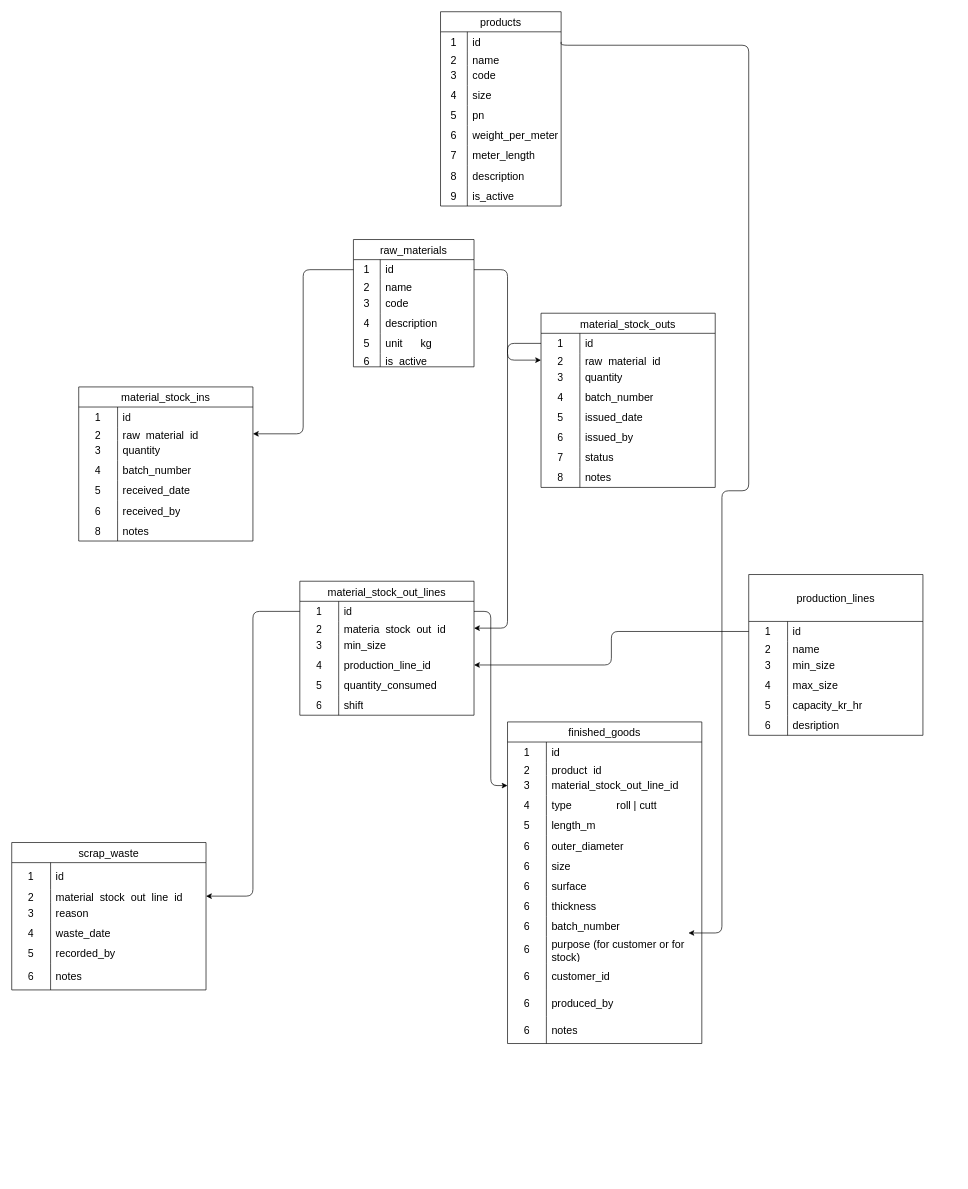
This is page "Page-2" (2 of 2) of workflow/workflow.drawio from ayazfazlani/shumburu, a draw.io file, before an edit. Source tidied: cells renumbered, new cells numbered last; positions are measured from the earlier drawing's top-left corner, leaving out a move shared by most shapes. Both pictures are drawn from the tidied source at 67%, with x=0, y=0 at pixel (11, 11).
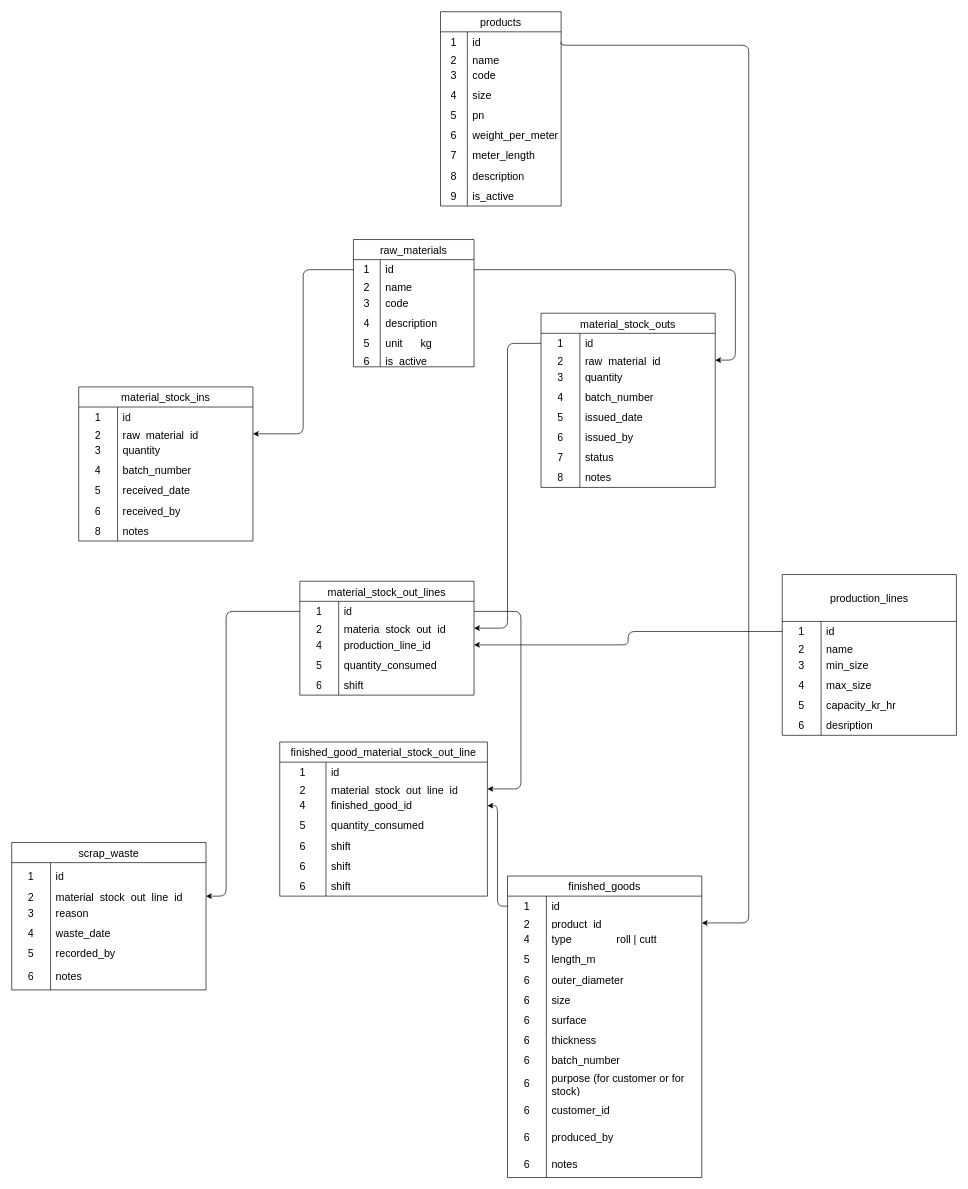
After the change.

Unchanged cells that the change refers to:
```xml
<mxCell id="3" style="shape=tableRow;horizontal=0;startSize=0;swimlaneHead=0;swimlaneBody=0;top=0;left=0;bottom=0;right=0;fillColor=none;points=[[0,0.5],[1,0.5]];portConstraint=eastwest;strokeColor=inherit;fontSize=16;" parent="2" vertex="1">
  <mxGeometry y="30" width="180" height="30" as="geometry" />
</mxCell>
<mxCell id="22" style="shape=tableRow;horizontal=0;startSize=0;swimlaneHead=0;swimlaneBody=0;top=0;left=0;bottom=0;right=0;fillColor=none;points=[[0,0.5],[1,0.5]];portConstraint=eastwest;strokeColor=inherit;fontSize=16;" parent="21" vertex="1">
  <mxGeometry y="30" width="180" height="30" as="geometry" />
</mxCell>
<mxCell id="53" style="shape=tableRow;horizontal=0;startSize=0;swimlaneHead=0;swimlaneBody=0;top=0;left=0;bottom=0;right=0;fillColor=none;points=[[0,0.5],[1,0.5]];portConstraint=eastwest;strokeColor=inherit;fontSize=16;" parent="49" vertex="1">
  <mxGeometry y="60" width="260" height="20" as="geometry" />
</mxCell>
<mxCell id="94" style="shape=tableRow;horizontal=0;startSize=0;swimlaneHead=0;swimlaneBody=0;top=0;left=0;bottom=0;right=0;fillColor=none;points=[[0,0.5],[1,0.5]];portConstraint=eastwest;strokeColor=inherit;fontSize=16;" parent="93" vertex="1">
  <mxGeometry y="30" width="260" height="30" as="geometry" />
</mxCell>
<mxCell id="113" style="shape=tableRow;horizontal=0;startSize=0;swimlaneHead=0;swimlaneBody=0;top=0;left=0;bottom=0;right=0;fillColor=none;points=[[0,0.5],[1,0.5]];portConstraint=eastwest;strokeColor=inherit;fontSize=16;" parent="112" vertex="1">
  <mxGeometry y="30" width="290" height="30" as="geometry" />
</mxCell>
<mxCell id="116" style="shape=tableRow;horizontal=0;startSize=0;swimlaneHead=0;swimlaneBody=0;top=0;left=0;bottom=0;right=0;fillColor=none;points=[[0,0.5],[1,0.5]];portConstraint=eastwest;strokeColor=inherit;fontSize=16;" parent="112" vertex="1">
  <mxGeometry y="60" width="290" height="20" as="geometry" />
</mxCell>
<mxCell id="159" style="shape=tableRow;horizontal=0;startSize=0;swimlaneHead=0;swimlaneBody=0;top=0;left=0;bottom=0;right=0;fillColor=none;points=[[0,0.5],[1,0.5]];portConstraint=eastwest;strokeColor=inherit;fontSize=16;" parent="155" vertex="1">
  <mxGeometry y="70" width="290" height="20" as="geometry" />
</mxCell>
```

Diff of the diagram source:
```diff
@@
     <mxCell id="74" value="production_lines" style="shape=table;startSize=70;childLayout=tableLayout;rowLines=0;fontStyle=0;strokeColor=default;fontSize=16;fillColor=none;" parent="1" vertex="1">
-      <mxGeometry x="1100" y="840" width="260" height="240" as="geometry" />
+      <mxGeometry x="1150" y="840" width="260" height="240" as="geometry" />
     </mxCell>
@@
     <mxCell id="93" value="material_stock_out_lines" style="shape=table;startSize=30;childLayout=tableLayout;rowLines=0;fontStyle=0;strokeColor=default;fontSize=16;fillColor=none;" parent="1" vertex="1">
-      <mxGeometry x="430" y="850" width="260" height="200" as="geometry" />
+      <mxGeometry x="430" y="850" width="260" height="170" as="geometry" />
     </mxCell>
@@
-    <mxCell id="100" style="shape=tableRow;horizontal=0;startSize=0;swimlaneHead=0;swimlaneBody=0;top=0;left=0;bottom=0;right=0;fillColor=none;strokeColor=inherit;fontSize=16;" parent="93" vertex="1">
-      <mxGeometry y="80" width="260" height="30" as="geometry" />
-    </mxCell>
-    <mxCell id="101" value="3" style="shape=partialRectangle;html=1;whiteSpace=wrap;fillColor=none;top=0;left=0;bottom=0;right=0;overflow=hidden;strokeColor=inherit;fontSize=16;" parent="100" vertex="1">
-      <mxGeometry width="58" height="30" as="geometry" />
-    </mxCell>
-    <mxCell id="102" value="min_size" style="shape=partialRectangle;html=1;whiteSpace=wrap;fillColor=none;top=0;left=0;bottom=0;right=0;align=left;spacingLeft=6;overflow=hidden;strokeColor=inherit;fontSize=16;" parent="100" vertex="1">
-      <mxGeometry x="58" width="202" height="30" as="geometry" />
-    </mxCell>
     <mxCell id="103" style="shape=tableRow;horizontal=0;startSize=0;swimlaneHead=0;swimlaneBody=0;top=0;left=0;bottom=0;right=0;fillColor=none;points=[[0,0.5],[1,0.5]];portConstraint=eastwest;strokeColor=inherit;fontSize=16;" parent="93" vertex="1">
-      <mxGeometry y="110" width="260" height="30" as="geometry" />
+      <mxGeometry y="80" width="260" height="30" as="geometry" />
     </mxCell>
@@
     <mxCell id="106" style="shape=tableRow;horizontal=0;startSize=0;swimlaneHead=0;swimlaneBody=0;top=0;left=0;bottom=0;right=0;fillColor=none;strokeColor=inherit;fontSize=16;" parent="93" vertex="1">
-      <mxGeometry y="140" width="260" height="30" as="geometry" />
+      <mxGeometry y="110" width="260" height="30" as="geometry" />
     </mxCell>
@@
     <mxCell id="109" style="shape=tableRow;horizontal=0;startSize=0;swimlaneHead=0;swimlaneBody=0;top=0;left=0;bottom=0;right=0;fillColor=none;strokeColor=inherit;fontSize=16;" parent="93" vertex="1">
-      <mxGeometry y="170" width="260" height="30" as="geometry" />
+      <mxGeometry y="140" width="260" height="30" as="geometry" />
     </mxCell>
@@
     <mxCell id="112" value="finished_goods" style="shape=table;startSize=30;childLayout=tableLayout;rowLines=0;fontStyle=0;strokeColor=default;fontSize=16;fillColor=none;" parent="1" vertex="1">
-      <mxGeometry x="740" y="1060" width="290" height="480" as="geometry" />
+      <mxGeometry x="740" y="1290" width="290" height="450" as="geometry" />
     </mxCell>
@@
-    <mxCell id="119" style="shape=tableRow;horizontal=0;startSize=0;swimlaneHead=0;swimlaneBody=0;top=0;left=0;bottom=0;right=0;fillColor=none;points=[[0,0.5],[1,0.5]];portConstraint=eastwest;strokeColor=inherit;fontSize=16;" parent="112" vertex="1">
-      <mxGeometry y="80" width="290" height="30" as="geometry" />
-    </mxCell>
-    <mxCell id="120" value="3" style="shape=partialRectangle;html=1;whiteSpace=wrap;fillColor=none;top=0;left=0;bottom=0;right=0;overflow=hidden;strokeColor=inherit;fontSize=16;" parent="119" vertex="1">
-      <mxGeometry width="58" height="30" as="geometry" />
-    </mxCell>
-    <mxCell id="121" value="material_stock_out_line_id" style="shape=partialRectangle;html=1;whiteSpace=wrap;fillColor=none;top=0;left=0;bottom=0;right=0;align=left;spacingLeft=6;overflow=hidden;strokeColor=inherit;fontSize=16;" parent="119" vertex="1">
-      <mxGeometry x="58" width="232" height="30" as="geometry" />
-    </mxCell>
     <mxCell id="122" style="shape=tableRow;horizontal=0;startSize=0;swimlaneHead=0;swimlaneBody=0;top=0;left=0;bottom=0;right=0;fillColor=none;strokeColor=inherit;fontSize=16;" parent="112" vertex="1">
-      <mxGeometry y="110" width="290" height="30" as="geometry" />
+      <mxGeometry y="80" width="290" height="30" as="geometry" />
     </mxCell>
@@
     <mxCell id="125" style="shape=tableRow;horizontal=0;startSize=0;swimlaneHead=0;swimlaneBody=0;top=0;left=0;bottom=0;right=0;fillColor=none;strokeColor=inherit;fontSize=16;" parent="112" vertex="1">
-      <mxGeometry y="140" width="290" height="30" as="geometry" />
+      <mxGeometry y="110" width="290" height="30" as="geometry" />
     </mxCell>
@@
     <mxCell id="128" style="shape=tableRow;horizontal=0;startSize=0;swimlaneHead=0;swimlaneBody=0;top=0;left=0;bottom=0;right=0;fillColor=none;strokeColor=inherit;fontSize=16;" parent="112" vertex="1">
-      <mxGeometry y="170" width="290" height="30" as="geometry" />
+      <mxGeometry y="140" width="290" height="30" as="geometry" />
     </mxCell>
@@
     <mxCell id="131" style="shape=tableRow;horizontal=0;startSize=0;swimlaneHead=0;swimlaneBody=0;top=0;left=0;bottom=0;right=0;fillColor=none;strokeColor=inherit;fontSize=16;" parent="112" vertex="1">
-      <mxGeometry y="200" width="290" height="30" as="geometry" />
+      <mxGeometry y="170" width="290" height="30" as="geometry" />
     </mxCell>
@@
     <mxCell id="134" style="shape=tableRow;horizontal=0;startSize=0;swimlaneHead=0;swimlaneBody=0;top=0;left=0;bottom=0;right=0;fillColor=none;strokeColor=inherit;fontSize=16;" parent="112" vertex="1">
-      <mxGeometry y="230" width="290" height="30" as="geometry" />
+      <mxGeometry y="200" width="290" height="30" as="geometry" />
     </mxCell>
@@
     <mxCell id="137" style="shape=tableRow;horizontal=0;startSize=0;swimlaneHead=0;swimlaneBody=0;top=0;left=0;bottom=0;right=0;fillColor=none;strokeColor=inherit;fontSize=16;" parent="112" vertex="1">
-      <mxGeometry y="260" width="290" height="30" as="geometry" />
+      <mxGeometry y="230" width="290" height="30" as="geometry" />
     </mxCell>
@@
     <mxCell id="140" style="shape=tableRow;horizontal=0;startSize=0;swimlaneHead=0;swimlaneBody=0;top=0;left=0;bottom=0;right=0;fillColor=none;strokeColor=inherit;fontSize=16;" parent="112" vertex="1">
-      <mxGeometry y="290" width="290" height="30" as="geometry" />
+      <mxGeometry y="260" width="290" height="30" as="geometry" />
     </mxCell>
@@
     <mxCell id="143" style="shape=tableRow;horizontal=0;startSize=0;swimlaneHead=0;swimlaneBody=0;top=0;left=0;bottom=0;right=0;fillColor=none;strokeColor=inherit;fontSize=16;" parent="112" vertex="1">
-      <mxGeometry y="320" width="290" height="40" as="geometry" />
+      <mxGeometry y="290" width="290" height="40" as="geometry" />
     </mxCell>
@@
     <mxCell id="146" style="shape=tableRow;horizontal=0;startSize=0;swimlaneHead=0;swimlaneBody=0;top=0;left=0;bottom=0;right=0;fillColor=none;strokeColor=inherit;fontSize=16;" parent="112" vertex="1">
-      <mxGeometry y="360" width="290" height="40" as="geometry" />
+      <mxGeometry y="330" width="290" height="40" as="geometry" />
     </mxCell>
@@
     <mxCell id="149" style="shape=tableRow;horizontal=0;startSize=0;swimlaneHead=0;swimlaneBody=0;top=0;left=0;bottom=0;right=0;fillColor=none;strokeColor=inherit;fontSize=16;" parent="112" vertex="1">
-      <mxGeometry y="400" width="290" height="40" as="geometry" />
+      <mxGeometry y="370" width="290" height="40" as="geometry" />
     </mxCell>
@@
     <mxCell id="152" style="shape=tableRow;horizontal=0;startSize=0;swimlaneHead=0;swimlaneBody=0;top=0;left=0;bottom=0;right=0;fillColor=none;strokeColor=inherit;fontSize=16;" parent="112" vertex="1">
-      <mxGeometry y="440" width="290" height="40" as="geometry" />
+      <mxGeometry y="410" width="290" height="40" as="geometry" />
     </mxCell>
@@
-    <mxCell id="196" style="edgeStyle=orthogonalEdgeStyle;html=1;exitX=1;exitY=0.5;exitDx=0;exitDy=0;entryX=0;entryY=0.5;entryDx=0;entryDy=0;" parent="1" edge="1" source="3" target="53">
-      <mxGeometry relative="1" as="geometry" />
+    <mxCell id="196" style="edgeStyle=orthogonalEdgeStyle;html=1;exitX=1;exitY=0.5;exitDx=0;exitDy=0;entryX=1;entryY=0.5;entryDx=0;entryDy=0;" parent="1" edge="1" source="3" target="53">
+      <mxGeometry relative="1" as="geometry">
+        <Array as="points">
+          <mxPoint x="1080" y="385" />
+          <mxPoint x="1080" y="520" />
+        </Array>
+      </mxGeometry>
     </mxCell>
@@
     <mxCell id="199" style="edgeStyle=orthogonalEdgeStyle;html=1;exitX=0;exitY=0.5;exitDx=0;exitDy=0;entryX=1;entryY=0.5;entryDx=0;entryDy=0;" parent="1" edge="1" source="94" target="159">
-      <mxGeometry relative="1" as="geometry" />
+      <mxGeometry relative="1" as="geometry">
+        <Array as="points">
+          <mxPoint x="320" y="895" />
+          <mxPoint x="320" y="1320" />
+        </Array>
+      </mxGeometry>
     </mxCell>
-    <mxCell id="200" style="edgeStyle=orthogonalEdgeStyle;html=1;exitX=1;exitY=0.5;exitDx=0;exitDy=0;entryX=0;entryY=0.5;entryDx=0;entryDy=0;" parent="1" edge="1" source="94" target="119">
-      <mxGeometry relative="1" as="geometry" />
+    <mxCell id="200" style="edgeStyle=orthogonalEdgeStyle;html=1;exitX=1;exitY=0.5;exitDx=0;exitDy=0;entryX=1;entryY=0.5;entryDx=0;entryDy=0;" parent="1" edge="1" source="94" target="207">
+      <mxGeometry relative="1" as="geometry">
+        <Array as="points">
+          <mxPoint x="760" y="895" />
+          <mxPoint x="760" y="1160" />
+        </Array>
+      </mxGeometry>
     </mxCell>
-    <mxCell id="201" style="edgeStyle=orthogonalEdgeStyle;html=1;exitX=1;exitY=0.5;exitDx=0;exitDy=0;" parent="1" edge="1" source="22">
+    <mxCell id="201" style="edgeStyle=orthogonalEdgeStyle;html=1;exitX=1;exitY=0.5;exitDx=0;exitDy=0;entryX=1;entryY=0.5;entryDx=0;entryDy=0;" parent="1" edge="1" source="22" target="116">
       <mxGeometry relative="1" as="geometry">
-        <mxPoint x="1010" y="1375" as="targetPoint" />
         <Array as="points">
           <mxPoint x="820" y="50" />
           <mxPoint x="1100" y="50" />
-          <mxPoint x="1100" y="715" />
-          <mxPoint x="1060" y="715" />
-          <mxPoint x="1060" y="1375" />
+          <mxPoint x="1100" y="1360" />
         </Array>
       </mxGeometry>
     </mxCell>
@@
+    <mxCell id="203" value="finished_good_material_stock_out_line" style="shape=table;startSize=30;childLayout=tableLayout;rowLines=0;fontStyle=0;strokeColor=default;fontSize=16;fillColor=none;" parent="1" vertex="1">
+      <mxGeometry x="400" y="1090" width="310" height="230" as="geometry" />
+    </mxCell>
+    <mxCell id="204" style="shape=tableRow;horizontal=0;startSize=0;swimlaneHead=0;swimlaneBody=0;top=0;left=0;bottom=0;right=0;fillColor=none;strokeColor=inherit;fontSize=16;" parent="203" vertex="1">
+      <mxGeometry y="30" width="310" height="30" as="geometry" />
+    </mxCell>
+    <mxCell id="205" value="1" style="shape=partialRectangle;html=1;whiteSpace=wrap;fillColor=none;top=0;left=0;bottom=0;right=0;overflow=hidden;strokeColor=inherit;fontSize=16;" parent="204" vertex="1">
+      <mxGeometry width="69" height="30" as="geometry" />
+    </mxCell>
+    <mxCell id="206" value="id" style="shape=partialRectangle;html=1;whiteSpace=wrap;fillColor=none;top=0;left=0;bottom=0;right=0;align=left;spacingLeft=6;overflow=hidden;strokeColor=inherit;fontSize=16;" parent="204" vertex="1">
+      <mxGeometry x="69" width="241" height="30" as="geometry" />
+    </mxCell>
+    <mxCell id="207" style="shape=tableRow;horizontal=0;startSize=0;swimlaneHead=0;swimlaneBody=0;top=0;left=0;bottom=0;right=0;fillColor=none;points=[[0,0.5],[1,0.5]];portConstraint=eastwest;strokeColor=inherit;fontSize=16;" parent="203" vertex="1">
+      <mxGeometry y="60" width="310" height="20" as="geometry" />
+    </mxCell>
+    <mxCell id="208" value="2" style="shape=partialRectangle;html=1;whiteSpace=wrap;fillColor=none;top=0;left=0;bottom=0;right=0;overflow=hidden;strokeColor=inherit;fontSize=16;" parent="207" vertex="1">
+      <mxGeometry width="69" height="20" as="geometry" />
+    </mxCell>
+    <mxCell id="121" value="material_stock_out_line_id" style="shape=partialRectangle;html=1;whiteSpace=wrap;fillColor=none;top=0;left=0;bottom=0;right=0;align=left;spacingLeft=6;overflow=hidden;strokeColor=inherit;fontSize=16;" parent="207" vertex="1">
+      <mxGeometry x="69" width="241" height="20" as="geometry" />
+    </mxCell>
+    <mxCell id="209" style="shape=tableRow;horizontal=0;startSize=0;swimlaneHead=0;swimlaneBody=0;top=0;left=0;bottom=0;right=0;fillColor=none;points=[[0,0.5],[1,0.5]];portConstraint=eastwest;strokeColor=inherit;fontSize=16;" parent="203" vertex="1">
+      <mxGeometry y="80" width="310" height="30" as="geometry" />
+    </mxCell>
+    <mxCell id="210" value="4" style="shape=partialRectangle;html=1;whiteSpace=wrap;fillColor=none;top=0;left=0;bottom=0;right=0;overflow=hidden;strokeColor=inherit;fontSize=16;" parent="209" vertex="1">
+      <mxGeometry width="69" height="30" as="geometry" />
+    </mxCell>
+    <mxCell id="211" value="finished_good_id" style="shape=partialRectangle;html=1;whiteSpace=wrap;fillColor=none;top=0;left=0;bottom=0;right=0;align=left;spacingLeft=6;overflow=hidden;strokeColor=inherit;fontSize=16;" parent="209" vertex="1">
+      <mxGeometry x="69" width="241" height="30" as="geometry" />
+    </mxCell>
+    <mxCell id="212" style="shape=tableRow;horizontal=0;startSize=0;swimlaneHead=0;swimlaneBody=0;top=0;left=0;bottom=0;right=0;fillColor=none;strokeColor=inherit;fontSize=16;" parent="203" vertex="1">
+      <mxGeometry y="110" width="310" height="30" as="geometry" />
+    </mxCell>
+    <mxCell id="213" value="5" style="shape=partialRectangle;html=1;whiteSpace=wrap;fillColor=none;top=0;left=0;bottom=0;right=0;overflow=hidden;strokeColor=inherit;fontSize=16;" parent="212" vertex="1">
+      <mxGeometry width="69" height="30" as="geometry" />
+    </mxCell>
+    <mxCell id="214" value="quantity_consumed" style="shape=partialRectangle;html=1;whiteSpace=wrap;fillColor=none;top=0;left=0;bottom=0;right=0;align=left;spacingLeft=6;overflow=hidden;strokeColor=inherit;fontSize=16;" parent="212" vertex="1">
+      <mxGeometry x="69" width="241" height="30" as="geometry" />
+    </mxCell>
+    <mxCell id="215" style="shape=tableRow;horizontal=0;startSize=0;swimlaneHead=0;swimlaneBody=0;top=0;left=0;bottom=0;right=0;fillColor=none;strokeColor=inherit;fontSize=16;" parent="203" vertex="1">
+      <mxGeometry y="140" width="310" height="30" as="geometry" />
+    </mxCell>
+    <mxCell id="216" value="6" style="shape=partialRectangle;html=1;whiteSpace=wrap;fillColor=none;top=0;left=0;bottom=0;right=0;overflow=hidden;strokeColor=inherit;fontSize=16;" parent="215" vertex="1">
+      <mxGeometry width="69" height="30" as="geometry" />
+    </mxCell>
+    <mxCell id="217" value="shift" style="shape=partialRectangle;html=1;whiteSpace=wrap;fillColor=none;top=0;left=0;bottom=0;right=0;align=left;spacingLeft=6;overflow=hidden;strokeColor=inherit;fontSize=16;" parent="215" vertex="1">
+      <mxGeometry x="69" width="241" height="30" as="geometry" />
+    </mxCell>
+    <mxCell id="218" style="shape=tableRow;horizontal=0;startSize=0;swimlaneHead=0;swimlaneBody=0;top=0;left=0;bottom=0;right=0;fillColor=none;strokeColor=inherit;fontSize=16;" parent="203" vertex="1">
+      <mxGeometry y="170" width="310" height="30" as="geometry" />
+    </mxCell>
+    <mxCell id="219" value="6" style="shape=partialRectangle;html=1;whiteSpace=wrap;fillColor=none;top=0;left=0;bottom=0;right=0;overflow=hidden;strokeColor=inherit;fontSize=16;" parent="218" vertex="1">
+      <mxGeometry width="69" height="30" as="geometry" />
+    </mxCell>
+    <mxCell id="220" value="shift" style="shape=partialRectangle;html=1;whiteSpace=wrap;fillColor=none;top=0;left=0;bottom=0;right=0;align=left;spacingLeft=6;overflow=hidden;strokeColor=inherit;fontSize=16;" parent="218" vertex="1">
+      <mxGeometry x="69" width="241" height="30" as="geometry" />
+    </mxCell>
+    <mxCell id="221" style="shape=tableRow;horizontal=0;startSize=0;swimlaneHead=0;swimlaneBody=0;top=0;left=0;bottom=0;right=0;fillColor=none;strokeColor=inherit;fontSize=16;" parent="203" vertex="1">
+      <mxGeometry y="200" width="310" height="30" as="geometry" />
+    </mxCell>
+    <mxCell id="222" value="6" style="shape=partialRectangle;html=1;whiteSpace=wrap;fillColor=none;top=0;left=0;bottom=0;right=0;overflow=hidden;strokeColor=inherit;fontSize=16;" parent="221" vertex="1">
+      <mxGeometry width="69" height="30" as="geometry" />
+    </mxCell>
+    <mxCell id="223" value="shift" style="shape=partialRectangle;html=1;whiteSpace=wrap;fillColor=none;top=0;left=0;bottom=0;right=0;align=left;spacingLeft=6;overflow=hidden;strokeColor=inherit;fontSize=16;" parent="221" vertex="1">
+      <mxGeometry x="69" width="241" height="30" as="geometry" />
+    </mxCell>
+    <mxCell id="224" style="edgeStyle=orthogonalEdgeStyle;html=1;exitX=0;exitY=0.5;exitDx=0;exitDy=0;entryX=1;entryY=0.5;entryDx=0;entryDy=0;" parent="1" edge="1" source="113" target="209">
+      <mxGeometry relative="1" as="geometry" />
+    </mxCell>
```
